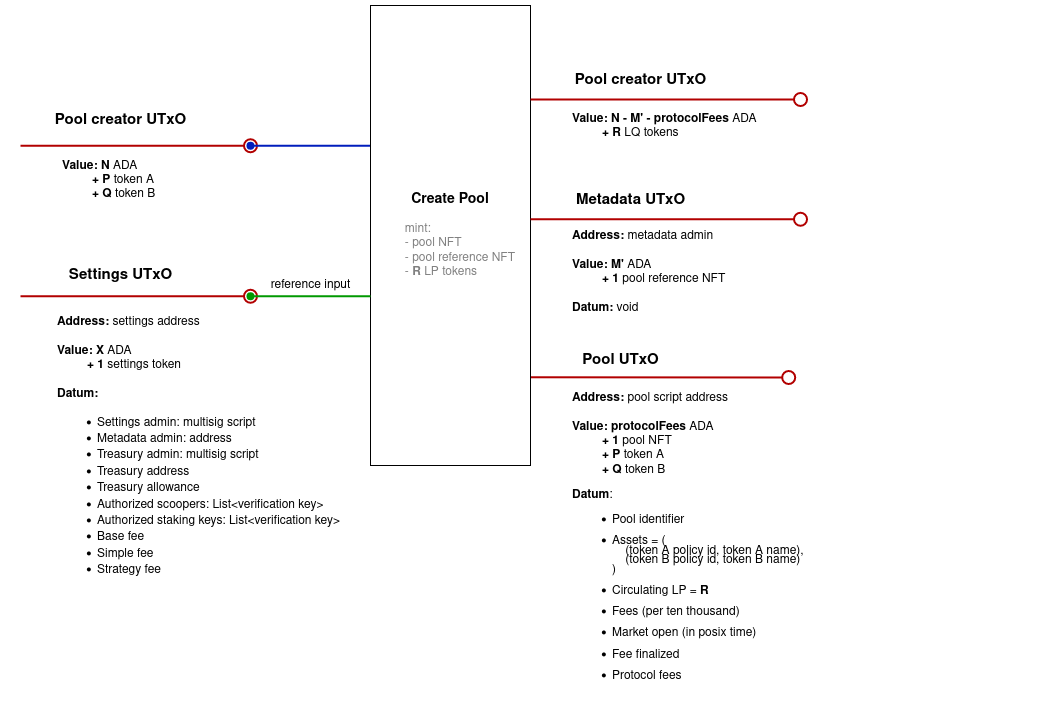
Above: src/img/create_pool.png in txpipe-shop/sundae-swap (draw.io), before the change. Source tidied: cells renumbered, new cells last; positions are measured from the earlier drawing's top-left corner, leaving out a move shared by most shapes.
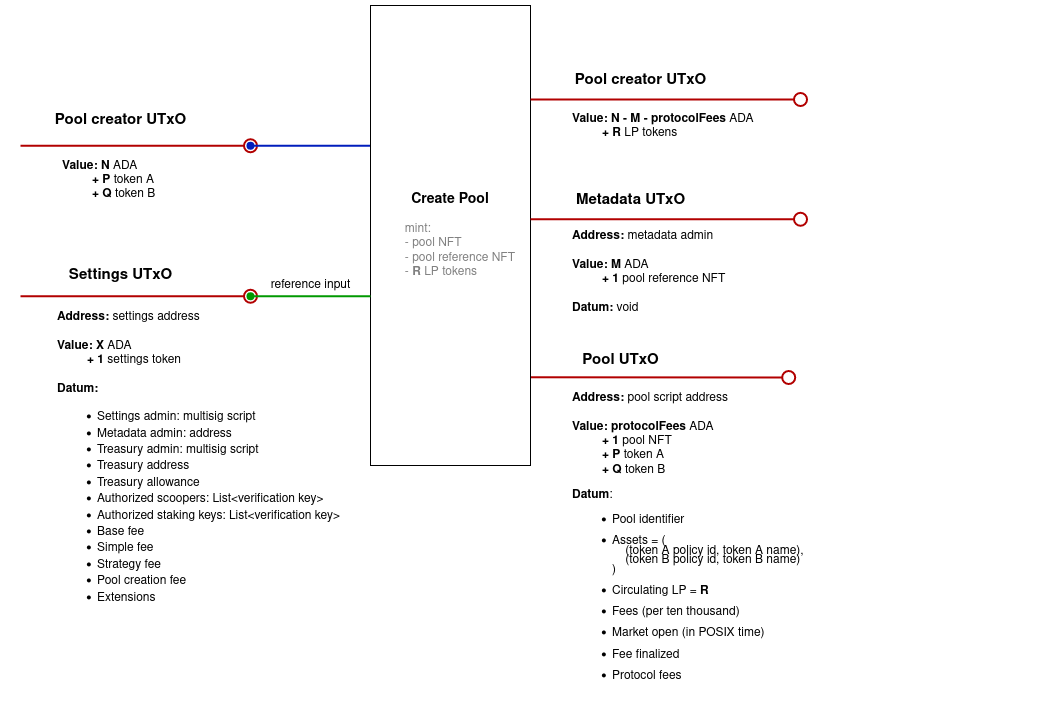
After the commit.

What changed in the source:
```diff
@@ -29,7 +29,7 @@
     <mxCell id="7" value="&lt;font style=&quot;font-size: 15px;&quot;&gt;&lt;b style=&quot;font-size: 12px;&quot;&gt;&lt;font style=&quot;font-size: 15px;&quot;&gt;Pool creator UTxO&lt;/font&gt;&lt;/b&gt;&lt;b&gt;&lt;br&gt;&lt;/b&gt;&lt;/font&gt;" style="text;html=1;align=center;verticalAlign=middle;strokeColor=none;fillColor=none;" parent="1" vertex="1">
       <mxGeometry x="25" y="100" width="150" height="30" as="geometry" />
     </mxCell>
-    <mxCell id="8" value="&lt;div&gt;&lt;b&gt;Address: &lt;/b&gt;pool script address&lt;b&gt;&lt;br&gt;&lt;br&gt;Value: protocolFees &lt;/b&gt;ADA&lt;b&gt;&lt;br&gt;&amp;nbsp;&amp;nbsp;&amp;nbsp;&amp;nbsp;&amp;nbsp;&amp;nbsp;&amp;nbsp;&amp;nbsp; + 1 &lt;/b&gt;pool NFT&lt;br&gt;&lt;/div&gt;&lt;div&gt;&lt;b&gt;&amp;nbsp;&amp;nbsp;&amp;nbsp;&amp;nbsp;&amp;nbsp;&amp;nbsp;&amp;nbsp;&amp;nbsp; + &lt;/b&gt;&lt;b&gt;P &lt;/b&gt;token A&lt;br&gt;&lt;/div&gt;&lt;div&gt;&lt;b&gt;&amp;nbsp;&amp;nbsp;&amp;nbsp;&amp;nbsp;&amp;nbsp;&amp;nbsp;&amp;nbsp;&amp;nbsp; + Q &lt;/b&gt;token B&lt;br&gt;&lt;/div&gt;&lt;div&gt;&lt;p style=&quot;line-height: 100%;&quot;&gt;&lt;b&gt;Datum&lt;/b&gt;:&lt;/p&gt;&lt;ul style=&quot;line-height: 80%;&quot;&gt;&lt;li&gt;Pool identifier&lt;br&gt;&lt;/li&gt;&lt;br&gt;&lt;li&gt;Assets = (&lt;br&gt;&amp;nbsp;&amp;nbsp;&amp;nbsp; (token A policy id, token A name),&lt;br&gt;&amp;nbsp;&amp;nbsp;&amp;nbsp; (token B policy id, token B name)&lt;br&gt;)&lt;br&gt;&lt;/li&gt;&lt;br&gt;&lt;li&gt;Circulating LP = &lt;b&gt;R&lt;/b&gt;&lt;br&gt;&lt;/li&gt;&lt;br&gt;&lt;li&gt;Fees (per ten thousand)&lt;br&gt;&lt;br&gt;&lt;/li&gt;&lt;li&gt;Market open (in posix time)&lt;br&gt;&lt;br&gt;&lt;/li&gt;&lt;li&gt;Fee finalized&lt;br&gt;&lt;br&gt;&lt;/li&gt;&lt;li&gt;Protocol fees&lt;br&gt;&lt;br&gt;&lt;/li&gt;&lt;br&gt;&lt;br&gt;&lt;/ul&gt;&lt;/div&gt;" style="text;html=1;strokeColor=none;fillColor=none;align=left;verticalAlign=middle;whiteSpace=wrap;rounded=0;" parent="1" vertex="1">
+    <mxCell id="8" value="&lt;div&gt;&lt;b&gt;Address: &lt;/b&gt;pool script address&lt;b&gt;&lt;br&gt;&lt;br&gt;Value: protocolFees &lt;/b&gt;ADA&lt;b&gt;&lt;br&gt;&amp;nbsp;&amp;nbsp;&amp;nbsp;&amp;nbsp;&amp;nbsp;&amp;nbsp;&amp;nbsp;&amp;nbsp; + 1 &lt;/b&gt;pool NFT&lt;br&gt;&lt;/div&gt;&lt;div&gt;&lt;b&gt;&amp;nbsp;&amp;nbsp;&amp;nbsp;&amp;nbsp;&amp;nbsp;&amp;nbsp;&amp;nbsp;&amp;nbsp; + &lt;/b&gt;&lt;b&gt;P &lt;/b&gt;token A&lt;br&gt;&lt;/div&gt;&lt;div&gt;&lt;b&gt;&amp;nbsp;&amp;nbsp;&amp;nbsp;&amp;nbsp;&amp;nbsp;&amp;nbsp;&amp;nbsp;&amp;nbsp; + Q &lt;/b&gt;token B&lt;br&gt;&lt;/div&gt;&lt;div&gt;&lt;p style=&quot;line-height: 100%;&quot;&gt;&lt;b&gt;Datum&lt;/b&gt;:&lt;/p&gt;&lt;ul style=&quot;line-height: 80%;&quot;&gt;&lt;li&gt;Pool identifier&lt;br&gt;&lt;/li&gt;&lt;br&gt;&lt;li&gt;Assets = (&lt;br&gt;&amp;nbsp;&amp;nbsp;&amp;nbsp; (token A policy id, token A name),&lt;br&gt;&amp;nbsp;&amp;nbsp;&amp;nbsp; (token B policy id, token B name)&lt;br&gt;)&lt;br&gt;&lt;/li&gt;&lt;br&gt;&lt;li&gt;Circulating LP = &lt;b&gt;R&lt;/b&gt;&lt;br&gt;&lt;/li&gt;&lt;br&gt;&lt;li&gt;Fees (per ten thousand)&lt;br&gt;&lt;br&gt;&lt;/li&gt;&lt;li&gt;Market open (in POSIX time)&lt;br&gt;&lt;br&gt;&lt;/li&gt;&lt;li&gt;Fee finalized&lt;br&gt;&lt;br&gt;&lt;/li&gt;&lt;li&gt;Protocol fees&lt;br&gt;&lt;br&gt;&lt;/li&gt;&lt;br&gt;&lt;br&gt;&lt;/ul&gt;&lt;/div&gt;" style="text;html=1;strokeColor=none;fillColor=none;align=left;verticalAlign=middle;whiteSpace=wrap;rounded=0;" parent="1" vertex="1">
       <mxGeometry x="550" y="530" width="470" height="41" as="geometry" />
     </mxCell>
     <mxCell id="9" value="&lt;font style=&quot;font-size: 15px;&quot;&gt;&lt;b style=&quot;font-size: 12px;&quot;&gt;&lt;font style=&quot;font-size: 15px;&quot;&gt;Pool UTxO&lt;br&gt;&lt;/font&gt;&lt;/b&gt;&lt;/font&gt;" style="text;html=1;align=center;verticalAlign=middle;strokeColor=none;fillColor=none;" parent="1" vertex="1">
@@ -41,7 +41,7 @@
         <mxPoint x="780" y="94" as="targetPoint" />
       </mxGeometry>
     </mxCell>
-    <mxCell id="11" value="&lt;div&gt;&lt;b&gt;Value: N - M'&lt;/b&gt;&lt;b&gt; - protocolFees&lt;/b&gt; ADA&lt;b&gt;&lt;br&gt;&lt;/b&gt;&lt;/div&gt;&amp;nbsp;&amp;nbsp;&amp;nbsp;&amp;nbsp;&amp;nbsp;&amp;nbsp;&amp;nbsp;&amp;nbsp; &lt;b&gt;+&lt;/b&gt; &lt;b&gt;R&lt;/b&gt; LQ tokens" style="text;html=1;strokeColor=none;fillColor=none;align=left;verticalAlign=middle;whiteSpace=wrap;rounded=0;" parent="1" vertex="1">
+    <mxCell id="11" value="&lt;div&gt;&lt;b&gt;Value: N - M&lt;/b&gt;&lt;b&gt; - protocolFees&lt;/b&gt; ADA&lt;b&gt;&lt;br&gt;&lt;/b&gt;&lt;/div&gt;&amp;nbsp;&amp;nbsp;&amp;nbsp;&amp;nbsp;&amp;nbsp;&amp;nbsp;&amp;nbsp;&amp;nbsp; &lt;b&gt;+&lt;/b&gt; &lt;b&gt;R&lt;/b&gt; LP tokens" style="text;html=1;strokeColor=none;fillColor=none;align=left;verticalAlign=middle;whiteSpace=wrap;rounded=0;" parent="1" vertex="1">
       <mxGeometry x="550" y="100" width="310" height="41" as="geometry" />
     </mxCell>
     <mxCell id="12" value="&lt;font style=&quot;font-size: 15px;&quot;&gt;&lt;b style=&quot;font-size: 12px;&quot;&gt;&lt;font style=&quot;font-size: 15px;&quot;&gt;Pool creator UTxO&lt;/font&gt;&lt;/b&gt;&lt;b&gt;&lt;br&gt;&lt;/b&gt;&lt;/font&gt;" style="text;html=1;align=center;verticalAlign=middle;strokeColor=none;fillColor=none;" parent="1" vertex="1">
@@ -59,8 +59,8 @@
         <mxPoint x="230" y="290.8" as="targetPoint" />
       </mxGeometry>
     </mxCell>
-    <mxCell id="15" value="&lt;div&gt;&lt;b&gt;&lt;br&gt;Address: &lt;/b&gt;settings address&lt;br&gt;&lt;b&gt;&lt;br&gt;Value: X &lt;/b&gt;ADA&lt;/div&gt;&lt;div&gt;&lt;b&gt;&amp;nbsp;&amp;nbsp;&amp;nbsp;&amp;nbsp;&amp;nbsp;&amp;nbsp;&amp;nbsp;&amp;nbsp; + 1 &lt;/b&gt;settings token&lt;br&gt;&lt;/div&gt;&lt;div&gt;&lt;br&gt;&lt;/div&gt;&lt;div&gt;&lt;b&gt;Datum: &lt;/b&gt;&lt;br&gt;&lt;ul&gt;&lt;li&gt;Settings admin: multisig script&lt;br&gt;&lt;/li&gt;&lt;li&gt;Metadata admin: address&lt;/li&gt;&lt;li&gt;Treasury admin: multisig script&lt;/li&gt;&lt;li&gt;Treasury address&lt;/li&gt;&lt;li&gt;Treasury allowance&lt;/li&gt;&lt;li&gt;Authorized scoopers: List&amp;lt;verification key&amp;gt;&lt;/li&gt;&lt;li&gt;Authorized staking keys: List&amp;lt;verification key&amp;gt;&lt;/li&gt;&lt;li&gt;Base fee&lt;/li&gt;&lt;li&gt;Simple fee&lt;/li&gt;&lt;li&gt;Strategy fee&lt;br&gt;&lt;/li&gt;&lt;/ul&gt;&lt;/div&gt;" style="text;html=1;strokeColor=none;fillColor=none;align=left;verticalAlign=middle;whiteSpace=wrap;rounded=0;" parent="1" vertex="1">
-      <mxGeometry x="35" y="419" width="315" height="41" as="geometry" />
+    <mxCell id="15" value="&lt;div&gt;&lt;b&gt;&lt;br&gt;Address: &lt;/b&gt;settings address&lt;br&gt;&lt;b&gt;&lt;br&gt;Value: X &lt;/b&gt;ADA&lt;/div&gt;&lt;div&gt;&lt;b&gt;&amp;nbsp;&amp;nbsp;&amp;nbsp;&amp;nbsp;&amp;nbsp;&amp;nbsp;&amp;nbsp;&amp;nbsp; + 1 &lt;/b&gt;settings token&lt;br&gt;&lt;/div&gt;&lt;div&gt;&lt;br&gt;&lt;/div&gt;&lt;div&gt;&lt;b&gt;Datum: &lt;/b&gt;&lt;br&gt;&lt;ul&gt;&lt;li&gt;Settings admin: multisig script&lt;br&gt;&lt;/li&gt;&lt;li&gt;Metadata admin: address&lt;/li&gt;&lt;li&gt;Treasury admin: multisig script&lt;/li&gt;&lt;li&gt;Treasury address&lt;/li&gt;&lt;li&gt;Treasury allowance&lt;/li&gt;&lt;li&gt;Authorized scoopers: List&amp;lt;verification key&amp;gt;&lt;/li&gt;&lt;li&gt;Authorized staking keys: List&amp;lt;verification key&amp;gt;&lt;/li&gt;&lt;li&gt;Base fee&lt;/li&gt;&lt;li&gt;Simple fee&lt;/li&gt;&lt;li&gt;Strategy fee&lt;/li&gt;&lt;li&gt;Pool creation fee&lt;/li&gt;&lt;li&gt;Extensions&lt;br&gt;&lt;/li&gt;&lt;/ul&gt;&lt;/div&gt;" style="text;html=1;strokeColor=none;fillColor=none;align=left;verticalAlign=middle;whiteSpace=wrap;rounded=0;" parent="1" vertex="1">
+      <mxGeometry x="35" y="430" width="315" height="41" as="geometry" />
     </mxCell>
     <mxCell id="16" value="&lt;b&gt;&lt;font style=&quot;font-size: 15px;&quot;&gt;Settings UTxO&lt;/font&gt;&lt;/b&gt;" style="text;html=1;align=center;verticalAlign=middle;strokeColor=none;fillColor=none;" parent="1" vertex="1">
       <mxGeometry x="35" y="254.8" width="130" height="30" as="geometry" />
@@ -74,7 +74,7 @@
         <mxPoint x="780" y="213.8" as="targetPoint" />
       </mxGeometry>
     </mxCell>
-    <mxCell id="19" value="&lt;div&gt;&lt;b&gt;&lt;br&gt;Address&lt;/b&gt;&lt;b&gt;: &lt;/b&gt;metadata admin&lt;b&gt;&lt;br&gt;&lt;br&gt;Value: M'&lt;/b&gt; ADA&lt;b&gt;&lt;br&gt;&lt;/b&gt;&lt;/div&gt;&amp;nbsp;&amp;nbsp;&amp;nbsp;&amp;nbsp;&amp;nbsp;&amp;nbsp;&amp;nbsp;&amp;nbsp; &lt;b&gt;+&lt;/b&gt; &lt;b&gt;1 &lt;/b&gt;pool reference NFT&lt;br&gt;&lt;br&gt;&lt;b&gt;Datum: &lt;/b&gt;void" style="text;html=1;strokeColor=none;fillColor=none;align=left;verticalAlign=middle;whiteSpace=wrap;rounded=0;" parent="1" vertex="1">
+    <mxCell id="19" value="&lt;div&gt;&lt;b&gt;&lt;br&gt;Address&lt;/b&gt;&lt;b&gt;: &lt;/b&gt;metadata admin&lt;b&gt;&lt;br&gt;&lt;br&gt;Value: M&lt;/b&gt; ADA&lt;b&gt;&lt;br&gt;&lt;/b&gt;&lt;/div&gt;&amp;nbsp;&amp;nbsp;&amp;nbsp;&amp;nbsp;&amp;nbsp;&amp;nbsp;&amp;nbsp;&amp;nbsp; &lt;b&gt;+&lt;/b&gt; &lt;b&gt;1 &lt;/b&gt;pool reference NFT&lt;br&gt;&lt;br&gt;&lt;b&gt;Datum: &lt;/b&gt;void" style="text;html=1;strokeColor=none;fillColor=none;align=left;verticalAlign=middle;whiteSpace=wrap;rounded=0;" parent="1" vertex="1">
       <mxGeometry x="550" y="239.2" width="310" height="41" as="geometry" />
     </mxCell>
     <mxCell id="20" value="&lt;font style=&quot;font-size: 15px;&quot;&gt;&lt;b style=&quot;font-size: 12px;&quot;&gt;&lt;font style=&quot;font-size: 15px;&quot;&gt;Metadata UTxO&lt;/font&gt;&lt;/b&gt;&lt;b&gt;&lt;br&gt;&lt;/b&gt;&lt;/font&gt;" style="text;html=1;align=center;verticalAlign=middle;strokeColor=none;fillColor=none;" parent="1" vertex="1">
```
